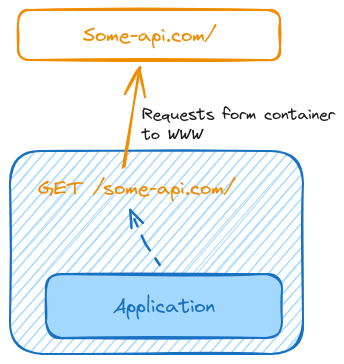
Earlier version of the Excalidraw export networking/docs/neworks.excalidraw.png (ThomasCode92/docker-k8s-practical-guide). Source tidied: one line per element, renumbered; positions are measured from the earlier drawing's top-left corner, leaving out a move shared by most shapes. Its diagram source:
```json
{"id": 0, "type": "rectangle", "strokeColor": "#1971c2", "backgroundColor": "#a5d8ff", "fillStyle": "hachure", "strokeWidth": 2, "roughness": 1, "round": true, "x": 0, "y": 141, "width": 293, "height": 203}
{"id": 1, "type": "rectangle", "strokeColor": "#1971c2", "backgroundColor": "#a5d8ff", "fillStyle": "solid", "strokeWidth": 2, "roughness": 1, "round": true, "x": 36, "y": 264, "width": 236, "height": 64}
{"id": 2, "type": "text", "text": "Application", "strokeColor": "#1971c2", "strokeWidth": 2, "roughness": 1, "fontSize": 20, "fontFamily": 1, "textAlign": "center", "verticalAlign": "middle", "inside": 1, "x": 103, "y": 284, "width": 102, "height": 25}
{"id": 3, "type": "text", "text": "GET /some-api.com/", "strokeColor": "#f08c00", "strokeWidth": 2, "roughness": 1, "fontSize": 20, "fontFamily": 1, "x": 28, "y": 166, "width": 196, "height": 25}
{"id": 4, "type": "arrow", "strokeColor": "#1971c2", "strokeWidth": 2, "strokeStyle": "dashed", "roughness": 0, "endArrowhead": "arrow", "from": 1, "to": 3, "x": 150, "y": 255, "width": 30, "height": 55, "points": [[0, 0], [-15, -22], [-30, -55]]}
{"id": 5, "type": "rectangle", "strokeColor": "#f08c00", "strokeWidth": 2, "roughness": 1, "round": true, "x": 8, "y": 0, "width": 262, "height": 50}
{"id": 6, "type": "text", "text": "Some-api.com/", "strokeColor": "#f08c00", "strokeWidth": 2, "roughness": 1, "fontSize": 20, "fontFamily": 1, "textAlign": "center", "verticalAlign": "middle", "inside": 5, "x": 73, "y": 12, "width": 132, "height": 25}
{"id": 7, "type": "arrow", "strokeColor": "#f08c00", "strokeWidth": 2, "roughness": 1, "endArrowhead": "arrow", "round": true, "from": 3, "to": 5, "x": 113, "y": 158, "width": 18, "height": 100, "points": [[0, 0], [18, -100]]}
{"id": 8, "type": "text", "text": "Requests form container\nto WWW", "strokeColor": "#1e1e1e", "strokeWidth": 2, "strokeStyle": "dashed", "roughness": 0, "fontSize": 16, "fontFamily": 1, "x": 132, "y": 95, "width": 193, "height": 40}
```
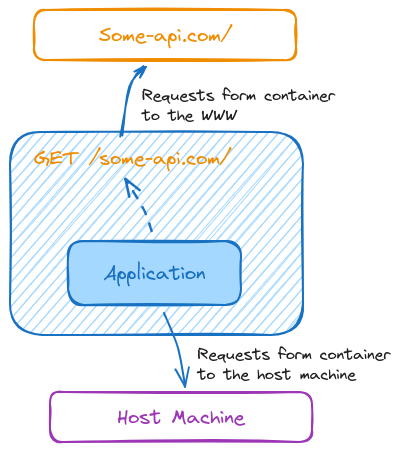
The same file after the commit.

Commit message:
Container to Local Host Machine Communication

The edit, as a diff of the source:
```diff
@@ -1,9 +1,13 @@
 {"id": 0, "type": "rectangle", "strokeColor": "#1971c2", "backgroundColor": "#a5d8ff", "fillStyle": "hachure", "strokeWidth": 2, "roughness": 1, "round": true, "x": 0, "y": 141, "width": 293, "height": 203}
-{"id": 1, "type": "rectangle", "strokeColor": "#1971c2", "backgroundColor": "#a5d8ff", "fillStyle": "solid", "strokeWidth": 2, "roughness": 1, "round": true, "x": 36, "y": 264, "width": 236, "height": 64}
+{"id": 1, "type": "rectangle", "strokeColor": "#1971c2", "backgroundColor": "#a5d8ff", "fillStyle": "solid", "strokeWidth": 2, "roughness": 1, "round": true, "x": 58, "y": 250, "width": 173, "height": 64}
-{"id": 2, "type": "text", "text": "Application", "strokeColor": "#1971c2", "strokeWidth": 2, "roughness": 1, "fontSize": 20, "fontFamily": 1, "textAlign": "center", "verticalAlign": "middle", "inside": 1, "x": 103, "y": 284, "width": 102, "height": 25}
+{"id": 2, "type": "text", "text": "Application", "strokeColor": "#1971c2", "strokeWidth": 2, "roughness": 1, "fontSize": 20, "fontFamily": 1, "textAlign": "center", "verticalAlign": "middle", "inside": 1, "x": 94, "y": 270, "width": 102, "height": 25}
-{"id": 3, "type": "text", "text": "GET /some-api.com/", "strokeColor": "#f08c00", "strokeWidth": 2, "roughness": 1, "fontSize": 20, "fontFamily": 1, "x": 28, "y": 166, "width": 196, "height": 25}
+{"id": 3, "type": "text", "text": "GET /some-api.com/", "strokeColor": "#f08c00", "strokeWidth": 2, "roughness": 1, "fontSize": 20, "fontFamily": 1, "x": 24, "y": 155, "width": 196, "height": 25}
-{"id": 4, "type": "arrow", "strokeColor": "#1971c2", "strokeWidth": 2, "strokeStyle": "dashed", "roughness": 0, "endArrowhead": "arrow", "from": 1, "to": 3, "x": 150, "y": 255, "width": 30, "height": 55, "points": [[0, 0], [-15, -22], [-30, -55]]}
+{"id": 4, "type": "arrow", "strokeColor": "#1971c2", "strokeWidth": 2, "strokeStyle": "dashed", "roughness": 0, "endArrowhead": "arrow", "round": true, "from": 1, "to": 3, "x": 142, "y": 240, "width": 26, "height": 52, "points": [[0, 0], [-8, -21], [-26, -52]]}
-{"id": 5, "type": "rectangle", "strokeColor": "#f08c00", "strokeWidth": 2, "roughness": 1, "round": true, "x": 8, "y": 0, "width": 262, "height": 50}
+{"id": 5, "type": "rectangle", "strokeColor": "#f08c00", "strokeWidth": 2, "roughness": 1, "round": true, "x": 24, "y": 19, "width": 262, "height": 50}
-{"id": 6, "type": "text", "text": "Some-api.com/", "strokeColor": "#f08c00", "strokeWidth": 2, "roughness": 1, "fontSize": 20, "fontFamily": 1, "textAlign": "center", "verticalAlign": "middle", "inside": 5, "x": 73, "y": 12, "width": 132, "height": 25}
+{"id": 6, "type": "text", "text": "Some-api.com/", "strokeColor": "#f08c00", "strokeWidth": 2, "roughness": 1, "fontSize": 20, "fontFamily": 1, "textAlign": "center", "verticalAlign": "middle", "inside": 5, "x": 89, "y": 32, "width": 132, "height": 25}
-{"id": 7, "type": "arrow", "strokeColor": "#f08c00", "strokeWidth": 2, "roughness": 1, "endArrowhead": "arrow", "round": true, "from": 3, "to": 5, "x": 113, "y": 158, "width": 18, "height": 100, "points": [[0, 0], [18, -100]]}
+{"id": 7, "type": "arrow", "strokeColor": "#1971c2", "strokeWidth": 2, "roughness": 1, "endArrowhead": "arrow", "round": true, "from": 3, "to": 5, "x": 111, "y": 146, "width": 24, "height": 70, "points": [[0, 0], [10, -50], [24, -70]]}
-{"id": 8, "type": "text", "text": "Requests form container\nto WWW", "strokeColor": "#1e1e1e", "strokeWidth": 2, "strokeStyle": "dashed", "roughness": 0, "fontSize": 16, "fontFamily": 1, "x": 132, "y": 95, "width": 193, "height": 40}
+{"id": 8, "type": "text", "text": "Requests form container\nto the WWW", "strokeColor": "#1e1e1e", "strokeWidth": 2, "strokeStyle": "dashed", "roughness": 0, "fontSize": 16, "fontFamily": 1, "x": 132, "y": 95, "width": 193, "height": 40}
+{"id": 9, "type": "rectangle", "strokeColor": "#9c36b5", "strokeWidth": 2, "roughness": 1, "round": true, "x": 40, "y": 401, "width": 262, "height": 50}
+{"id": 10, "type": "text", "text": "Host Machine", "strokeColor": "#9c36b5", "strokeWidth": 2, "roughness": 1, "fontSize": 20, "fontFamily": 1, "textAlign": "center", "verticalAlign": "middle", "inside": 9, "x": 107, "y": 414, "width": 127, "height": 25}
+{"id": 11, "type": "arrow", "strokeColor": "#1971c2", "backgroundColor": "#a5d8ff", "fillStyle": "hachure", "strokeWidth": 2, "roughness": 0, "endArrowhead": "arrow", "round": true, "from": 1, "to": 12, "x": 154, "y": 322, "width": 21, "height": 74, "points": [[0, 0], [14, 35], [21, 74]]}
+{"id": 12, "type": "text", "text": "Requests form container\nto the host machine", "strokeColor": "#1e1e1e", "strokeWidth": 2, "strokeStyle": "dashed", "roughness": 0, "fontSize": 16, "fontFamily": 1, "x": 188, "y": 354, "width": 193, "height": 40}
```
